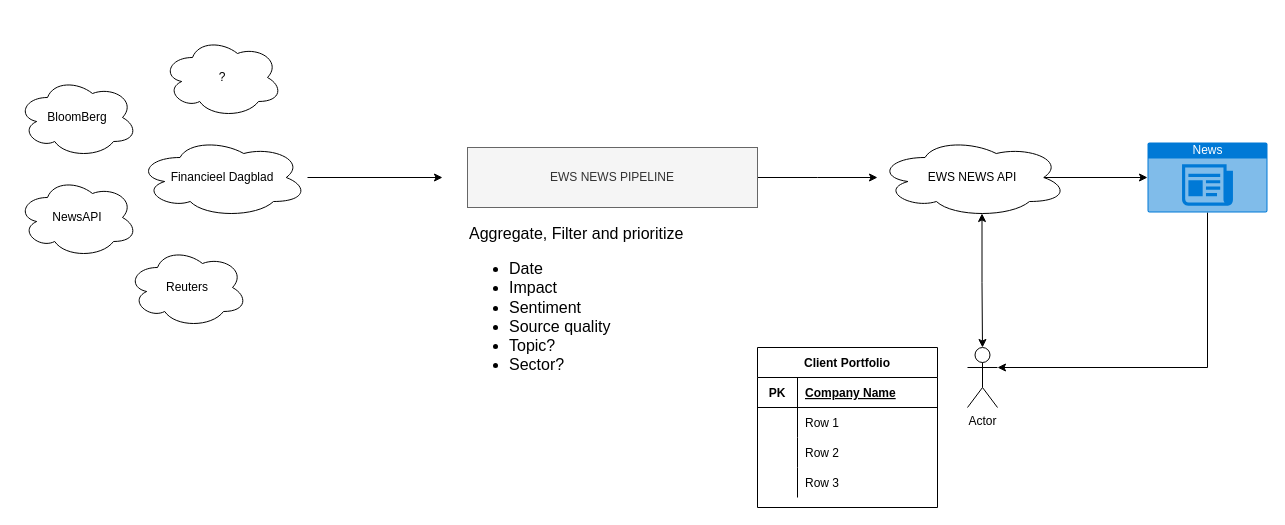
Earlier version of the draw.io diagram ews-news-api.drawio (mhux2000/100-pandas-puzzles). Source tidied: cells renumbered, new cells numbered last; positions are measured from the earlier drawing's top-left corner, leaving out a move shared by most shapes. Both pictures are drawn from the tidied source at 100%, with x=0, y=0 at pixel (17, 37).
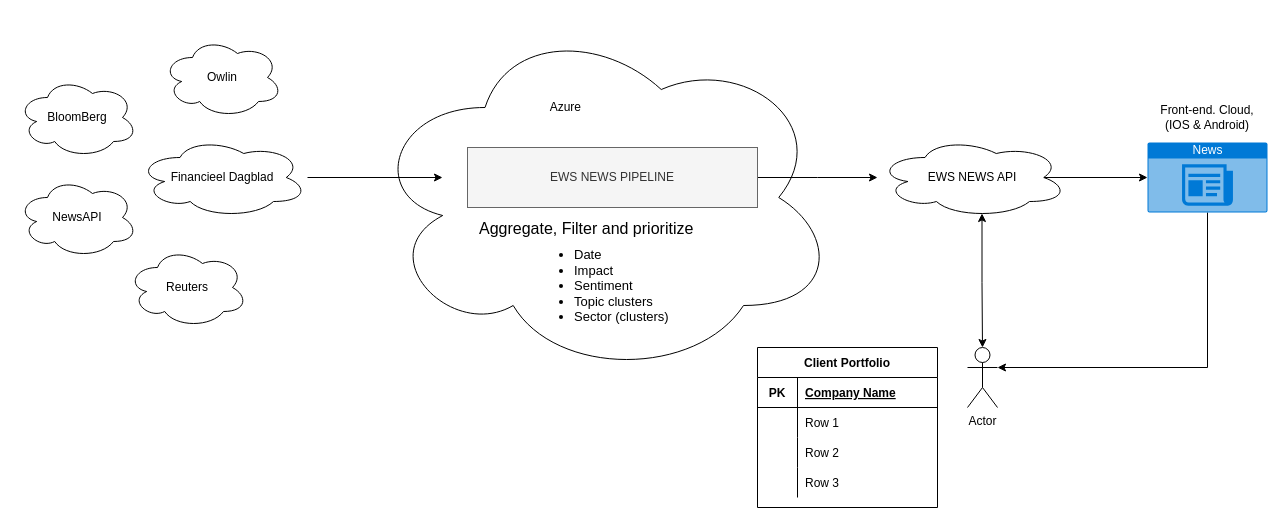
Above is the later version.

The edit, as a diff of the source:
```diff
@@
+    <mxCell id="30" style="ellipse;shape=cloud;whiteSpace=wrap;html=1;" parent="1" vertex="1">
+      <mxGeometry x="350" y="-20" width="470" height="360" as="geometry" />
+    </mxCell>
@@
-    <mxCell id="7" value="?" style="ellipse;shape=cloud;whiteSpace=wrap;html=1;" parent="1" vertex="1">
+    <mxCell id="7" value="Owlin" style="ellipse;shape=cloud;whiteSpace=wrap;html=1;" parent="1" vertex="1">
       <mxGeometry x="145" width="120" height="80" as="geometry" />
     </mxCell>
@@
-    <mxCell id="29" value="&lt;font style=&quot;font-size: 16px&quot;&gt;Aggregate, Filter and prioritize&lt;br&gt;&lt;ul&gt;&lt;li&gt;&lt;font style=&quot;font-size: 16px&quot;&gt;&lt;span&gt;Date&lt;/span&gt;&lt;/font&gt;&lt;/li&gt;&lt;li&gt;&lt;font style=&quot;font-size: 16px&quot;&gt;&lt;span&gt;Impact&lt;/span&gt;&lt;/font&gt;&lt;/li&gt;&lt;li&gt;&lt;font style=&quot;font-size: 16px&quot;&gt;&lt;span&gt;Sentiment&lt;/span&gt;&lt;/font&gt;&lt;/li&gt;&lt;li&gt;&lt;font style=&quot;font-size: 16px&quot;&gt;&lt;span&gt;Source quality&lt;/span&gt;&lt;/font&gt;&lt;/li&gt;&lt;li&gt;&lt;font style=&quot;font-size: 16px&quot;&gt;&lt;span&gt;Topic?&lt;/span&gt;&lt;/font&gt;&lt;/li&gt;&lt;li&gt;&lt;font style=&quot;font-size: 16px&quot;&gt;&lt;span&gt;Sector?&lt;/span&gt;&lt;/font&gt;&lt;/li&gt;&lt;/ul&gt;&lt;/font&gt;" style="text;html=1;strokeColor=none;fillColor=none;align=left;verticalAlign=top;whiteSpace=wrap;rounded=0;" parent="1" vertex="1">
-      <mxGeometry x="450" y="180" width="250" height="200" as="geometry" />
+    <mxCell id="29" value="&lt;font style=&quot;font-size: 16px&quot;&gt;Aggregate, Filter and prioritize&lt;br&gt;&lt;/font&gt;" style="text;html=1;strokeColor=none;fillColor=none;align=left;verticalAlign=top;whiteSpace=wrap;rounded=0;" parent="1" vertex="1">
+      <mxGeometry x="460" y="175" width="270" height="200" as="geometry" />
     </mxCell>
+    <mxCell id="31" value="&lt;ul style=&quot;color: rgb(0 , 0 , 0) ; font-family: &amp;#34;helvetica&amp;#34; ; font-size: 13px ; font-style: normal ; font-weight: 400 ; letter-spacing: normal ; text-align: left ; text-indent: 0px ; text-transform: none ; word-spacing: 0px&quot;&gt;&lt;li&gt;&lt;font style=&quot;font-size: 13px ; background-color: rgb(255 , 255 , 255)&quot;&gt;Date&lt;/font&gt;&lt;/li&gt;&lt;li&gt;&lt;font style=&quot;font-size: 13px&quot;&gt;&lt;span style=&quot;background-color: rgb(255 , 255 , 255)&quot;&gt;Impact&lt;/span&gt;&lt;/font&gt;&lt;/li&gt;&lt;li&gt;&lt;font style=&quot;font-size: 13px&quot;&gt;&lt;span style=&quot;background-color: rgb(255 , 255 , 255)&quot;&gt;Sentiment&lt;/span&gt;&lt;/font&gt;&lt;/li&gt;&lt;li&gt;&lt;font style=&quot;font-size: 13px&quot;&gt;&lt;span style=&quot;background-color: rgb(255 , 255 , 255)&quot;&gt;Topic clusters&lt;/span&gt;&lt;/font&gt;&lt;/li&gt;&lt;li&gt;&lt;span style=&quot;background-color: rgb(255 , 255 , 255)&quot;&gt;Sector (clusters)&lt;/span&gt;&lt;/li&gt;&lt;/ul&gt;" style="text;whiteSpace=wrap;html=1;" parent="1" vertex="1">
+      <mxGeometry x="515" y="190" width="140" height="120" as="geometry" />
+    </mxCell>
+    <mxCell id="32" value="Front-end. Cloud, (IOS &amp;amp; Android)" style="text;html=1;strokeColor=none;fillColor=none;align=center;verticalAlign=middle;whiteSpace=wrap;rounded=0;" parent="1" vertex="1">
+      <mxGeometry x="1130" y="70" width="120" height="20" as="geometry" />
+    </mxCell>
+    <mxCell id="33" value="Azure&amp;nbsp;&lt;br&gt;" style="text;html=1;strokeColor=none;fillColor=none;align=center;verticalAlign=middle;whiteSpace=wrap;rounded=0;" parent="1" vertex="1">
+      <mxGeometry x="490" y="50" width="120" height="40" as="geometry" />
+    </mxCell>
```
